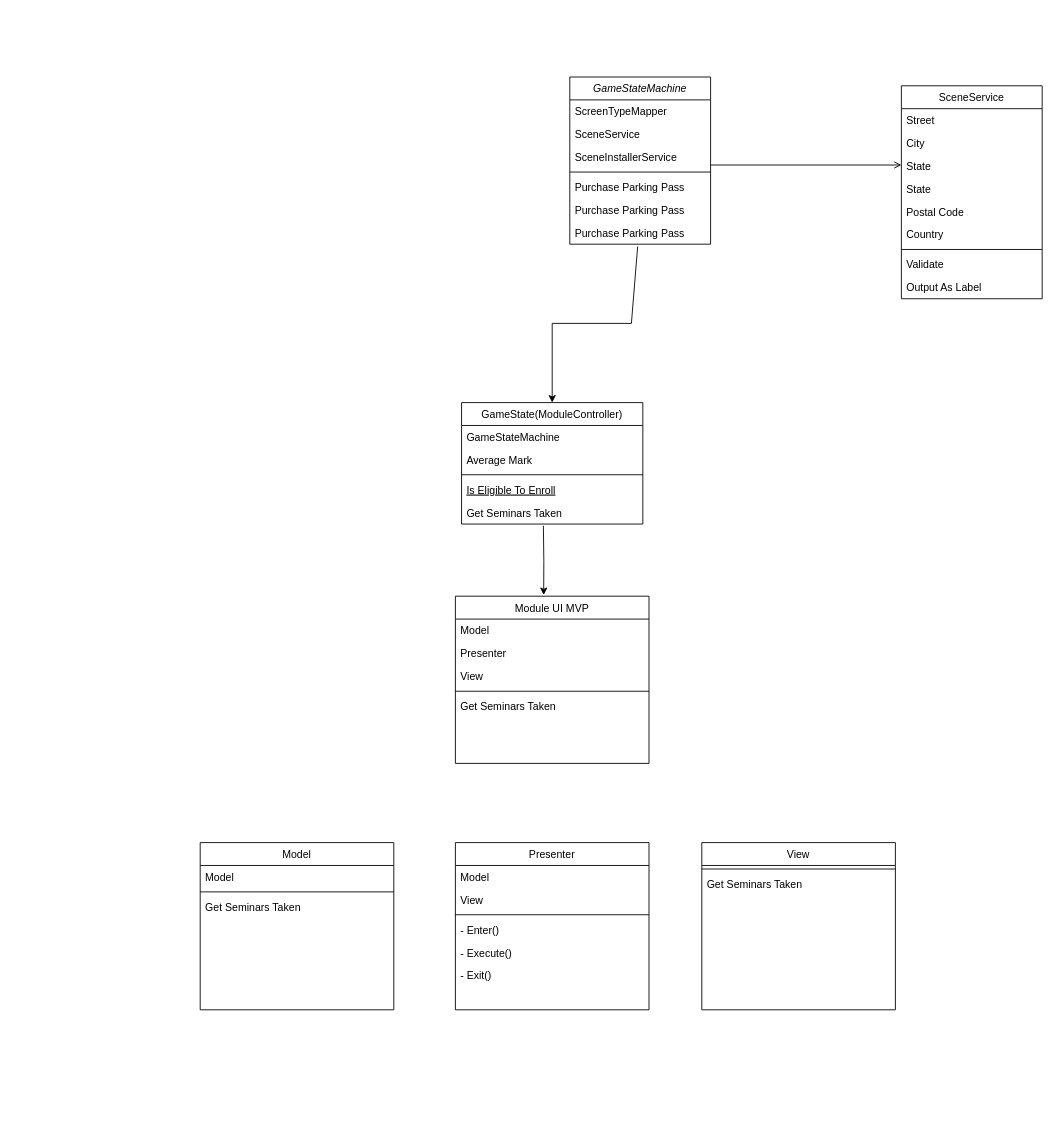
Above: ShrimpOlympus.drawio in Elderly-Oyster/ShrimpOlympus (draw.io), before the change. Source tidied: cells renumbered, new cells numbered last; positions are measured from the earlier drawing's top-left corner, leaving out a move shared by most shapes. Both pictures are drawn from the tidied source at 88%, with x=0, y=0 at pixel (200, 77).
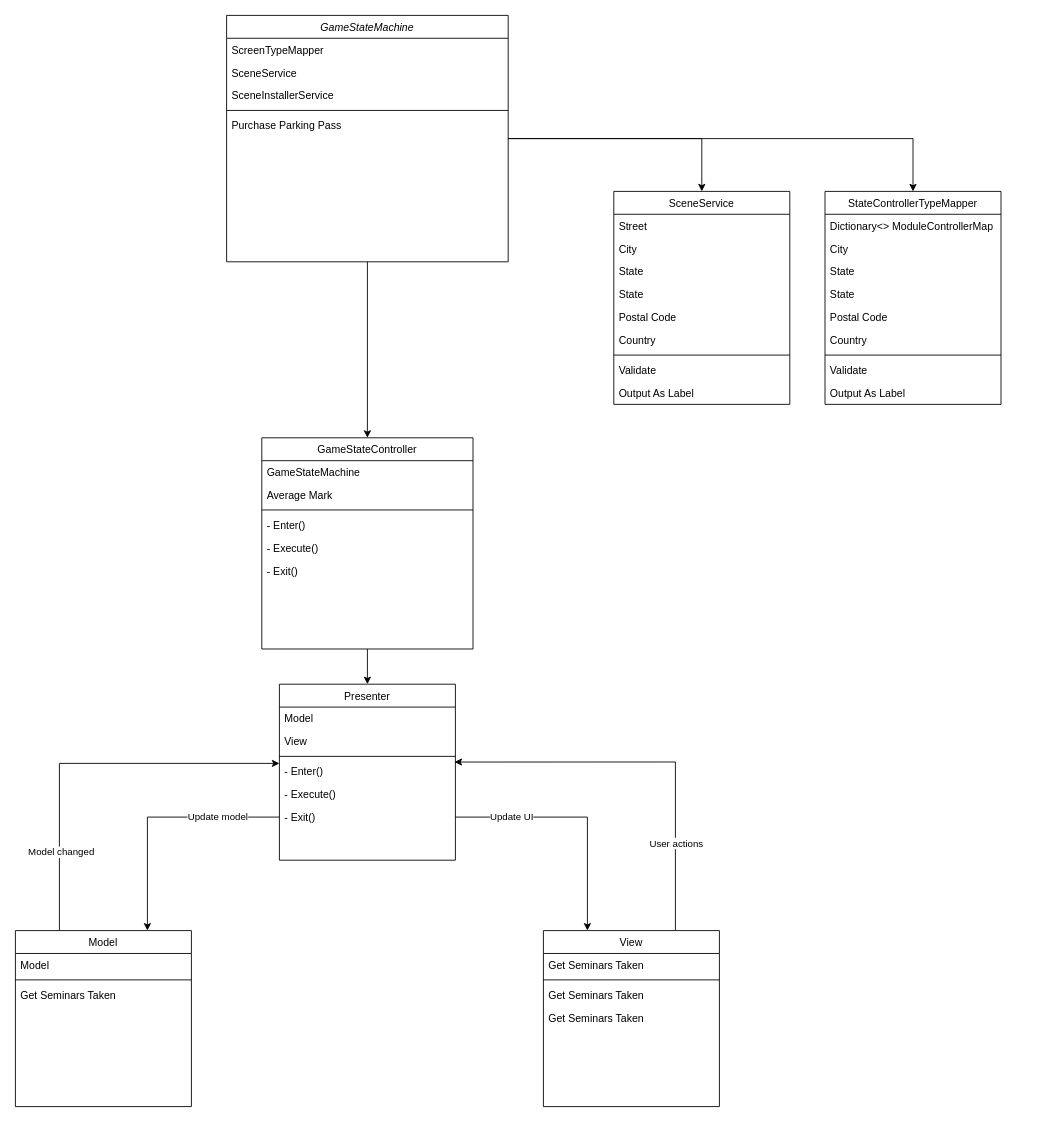
Above is the later version.

Diff of the diagram source:
```diff
@@
+    <mxCell id="27" style="edgeStyle=orthogonalEdgeStyle;rounded=0;jettySize=auto;html=1;entryX=0.5;entryY=0;entryDx=0;entryDy=0;" parent="1" edge="1" source="2" target="17">
+      <mxGeometry relative="1" as="geometry" />
+    </mxCell>
+    <mxCell id="50" style="edgeStyle=orthogonalEdgeStyle;rounded=0;jettySize=auto;html=1;entryX=0.5;entryY=0;entryDx=0;entryDy=0;" parent="1" edge="1" source="2" target="11">
+      <mxGeometry relative="1" as="geometry" />
+    </mxCell>
+    <mxCell id="51" style="edgeStyle=orthogonalEdgeStyle;rounded=0;jettySize=auto;html=1;entryX=0.5;entryY=0;entryDx=0;entryDy=0;" parent="1" edge="1" source="2" target="59">
+      <mxGeometry relative="1" as="geometry" />
+    </mxCell>
     <mxCell id="2" value="GameStateMachine&#10;" style="swimlane;fontStyle=2;align=center;verticalAlign=top;horizontal=1;startSize=26;rounded=0;shadow=0;strokeWidth=1;" parent="1" vertex="1">
-      <mxGeometry x="420" width="160" height="190" as="geometry" />
+      <mxGeometry x="30" y="-70" width="320" height="280" as="geometry" />
     </mxCell>
     <mxCell id="3" value="ScreenTypeMapper" style="text;align=left;verticalAlign=top;spacingLeft=4;spacingRight=4;overflow=hidden;rounded=0;shadow=0;html=0;" parent="2" vertex="1">
-      <mxGeometry y="26" width="160" height="26" as="geometry" />
+      <mxGeometry y="26" width="320" height="26" as="geometry" />
     </mxCell>
     <mxCell id="4" value="SceneService" style="text;align=left;verticalAlign=top;spacingLeft=4;spacingRight=4;overflow=hidden;rounded=0;shadow=0;html=0;" parent="2" vertex="1">
-      <mxGeometry y="52" width="160" height="26" as="geometry" />
+      <mxGeometry y="52" width="320" height="26" as="geometry" />
     </mxCell>
     <mxCell id="5" value="SceneInstallerService" style="text;align=left;verticalAlign=top;spacingLeft=4;spacingRight=4;overflow=hidden;" parent="2" vertex="1">
-      <mxGeometry y="78" width="160" height="26" as="geometry" />
+      <mxGeometry y="78" width="320" height="26" as="geometry" />
     </mxCell>
     <mxCell id="6" style="line;html=1;strokeWidth=1;align=left;verticalAlign=middle;spacingTop=-1;spacingLeft=3;spacingRight=3;labelPosition=right;" parent="2" vertex="1">
-      <mxGeometry y="104" width="160" height="8" as="geometry" />
+      <mxGeometry y="104" width="320" height="8" as="geometry" />
     </mxCell>
-    <mxCell id="7" value="Purchase Parking Pass" style="text;align=left;verticalAlign=top;spacingLeft=4;spacingRight=4;overflow=hidden;" parent="2" vertex="1">
-      <mxGeometry y="112" width="160" height="26" as="geometry" />
-    </mxCell>
-    <mxCell id="8" value="Purchase Parking Pass" style="text;align=left;verticalAlign=top;spacingLeft=4;spacingRight=4;overflow=hidden;" parent="2" vertex="1">
-      <mxGeometry y="138" width="160" height="26" as="geometry" />
-    </mxCell>
     <mxCell id="9" value="Purchase Parking Pass" style="text;align=left;verticalAlign=top;spacingLeft=4;spacingRight=4;overflow=hidden;points=[[0,0.5],[1,0.5]];portConstraint=eastwest;" parent="2" vertex="1">
-      <mxGeometry y="164" width="160" height="26" as="geometry" />
+      <mxGeometry y="112" width="320" height="26" as="geometry" />
     </mxCell>
-    <mxCell id="10" style="edgeStyle=orthogonalEdgeStyle;rounded=0;jettySize=auto;html=1;entryX=0.456;entryY=-0.007;entryDx=0;entryDy=0;entryPerimeter=0;" parent="1" edge="1" target="30">
-      <mxGeometry relative="1" as="geometry">
-        <mxPoint x="390" y="510" as="sourcePoint" />
-      </mxGeometry>
-    </mxCell>
+    <mxCell id="52" style="edgeStyle=orthogonalEdgeStyle;rounded=0;jettySize=auto;html=1;entryX=0.5;entryY=0;entryDx=0;entryDy=0;" parent="1" edge="1" source="11" target="36">
+      <mxGeometry relative="1" as="geometry" />
+    </mxCell>
-    <mxCell id="11" value="GameState(ModuleController)" style="swimlane;fontStyle=0;align=center;verticalAlign=top;horizontal=1;startSize=26;rounded=0;shadow=0;strokeWidth=1;" parent="1" vertex="1">
-      <mxGeometry x="297" y="370" width="206" height="138" as="geometry" />
+    <mxCell id="11" value="GameStateController" style="swimlane;fontStyle=0;align=center;verticalAlign=top;horizontal=1;startSize=26;rounded=0;shadow=0;strokeWidth=1;" parent="1" vertex="1">
+      <mxGeometry x="70" y="410" width="240" height="240" as="geometry" />
     </mxCell>
     <mxCell id="12" value="GameStateMachine&#10;" style="text;align=left;verticalAlign=top;spacingLeft=4;spacingRight=4;overflow=hidden;" parent="11" vertex="1">
-      <mxGeometry y="26" width="206" height="26" as="geometry" />
+      <mxGeometry y="26" width="240" height="26" as="geometry" />
     </mxCell>
     <mxCell id="13" value="Average Mark" style="text;align=left;verticalAlign=top;spacingLeft=4;spacingRight=4;overflow=hidden;rounded=0;shadow=0;html=0;" parent="11" vertex="1">
-      <mxGeometry y="52" width="206" height="26" as="geometry" />
+      <mxGeometry y="52" width="240" height="26" as="geometry" />
     </mxCell>
     <mxCell id="14" style="line;html=1;strokeWidth=1;align=left;verticalAlign=middle;spacingTop=-1;spacingLeft=3;spacingRight=3;labelPosition=right;" parent="11" vertex="1">
-      <mxGeometry y="78" width="206" height="8" as="geometry" />
+      <mxGeometry y="78" width="240" height="8" as="geometry" />
     </mxCell>
-    <mxCell id="15" value="Is Eligible To Enroll" style="text;align=left;verticalAlign=top;spacingLeft=4;spacingRight=4;overflow=hidden;fontStyle=4;" parent="11" vertex="1">
-      <mxGeometry y="86" width="206" height="26" as="geometry" />
-    </mxCell>
+    <mxCell id="53" value="- Enter()" style="text;align=left;verticalAlign=top;spacingLeft=4;spacingRight=4;overflow=hidden;" parent="11" vertex="1">
+      <mxGeometry y="86" width="240" height="26" as="geometry" />
+    </mxCell>
-    <mxCell id="16" value="Get Seminars Taken" style="text;align=left;verticalAlign=top;spacingLeft=4;spacingRight=4;overflow=hidden;" parent="11" vertex="1">
-      <mxGeometry y="112" width="206" height="26" as="geometry" />
+    <mxCell id="16" value="- Execute()" style="text;align=left;verticalAlign=top;spacingLeft=4;spacingRight=4;overflow=hidden;" parent="11" vertex="1">
+      <mxGeometry y="112" width="240" height="26" as="geometry" />
     </mxCell>
+    <mxCell id="54" value="- Exit()" style="text;align=left;verticalAlign=top;spacingLeft=4;spacingRight=4;overflow=hidden;" parent="11" vertex="1">
+      <mxGeometry y="138" width="240" height="26" as="geometry" />
+    </mxCell>
     <mxCell id="17" value="SceneService" style="swimlane;fontStyle=0;align=center;verticalAlign=top;horizontal=1;startSize=26;rounded=0;shadow=0;strokeWidth=1;" parent="1" vertex="1">
-      <mxGeometry x="796.8" y="10" width="160" height="242" as="geometry" />
+      <mxGeometry x="470" y="130" width="200" height="242" as="geometry" />
     </mxCell>
     <mxCell id="18" value="Street" style="text;align=left;verticalAlign=top;spacingLeft=4;spacingRight=4;overflow=hidden;" parent="17" vertex="1">
-      <mxGeometry y="26" width="160" height="26" as="geometry" />
+      <mxGeometry y="26" width="200" height="26" as="geometry" />
     </mxCell>
     <mxCell id="19" value="City" style="text;align=left;verticalAlign=top;spacingLeft=4;spacingRight=4;overflow=hidden;rounded=0;shadow=0;html=0;" parent="17" vertex="1">
-      <mxGeometry y="52" width="160" height="26" as="geometry" />
+      <mxGeometry y="52" width="200" height="26" as="geometry" />
     </mxCell>
     <mxCell id="20" value="State" style="text;align=left;verticalAlign=top;spacingLeft=4;spacingRight=4;overflow=hidden;rounded=0;shadow=0;html=0;" parent="17" vertex="1">
-      <mxGeometry y="78" width="160" height="26" as="geometry" />
+      <mxGeometry y="78" width="200" height="26" as="geometry" />
     </mxCell>
     <mxCell id="21" value="State" style="text;align=left;verticalAlign=top;spacingLeft=4;spacingRight=4;overflow=hidden;rounded=0;shadow=0;html=0;" parent="17" vertex="1">
-      <mxGeometry y="104" width="160" height="26" as="geometry" />
+      <mxGeometry y="104" width="200" height="26" as="geometry" />
     </mxCell>
     <mxCell id="22" value="Postal Code" style="text;align=left;verticalAlign=top;spacingLeft=4;spacingRight=4;overflow=hidden;rounded=0;shadow=0;html=0;" parent="17" vertex="1">
-      <mxGeometry y="130" width="160" height="26" as="geometry" />
+      <mxGeometry y="130" width="200" height="26" as="geometry" />
     </mxCell>
     <mxCell id="23" value="Country" style="text;align=left;verticalAlign=top;spacingLeft=4;spacingRight=4;overflow=hidden;rounded=0;shadow=0;html=0;" parent="17" vertex="1">
-      <mxGeometry y="156" width="160" height="26" as="geometry" />
+      <mxGeometry y="156" width="200" height="26" as="geometry" />
     </mxCell>
     <mxCell id="24" style="line;html=1;strokeWidth=1;align=left;verticalAlign=middle;spacingTop=-1;spacingLeft=3;spacingRight=3;labelPosition=right;" parent="17" vertex="1">
-      <mxGeometry y="182" width="160" height="8" as="geometry" />
+      <mxGeometry y="182" width="200" height="8" as="geometry" />
     </mxCell>
     <mxCell id="25" value="Validate" style="text;align=left;verticalAlign=top;spacingLeft=4;spacingRight=4;overflow=hidden;" parent="17" vertex="1">
-      <mxGeometry y="190" width="160" height="26" as="geometry" />
+      <mxGeometry y="190" width="200" height="26" as="geometry" />
     </mxCell>
     <mxCell id="26" value="Output As Label" style="text;align=left;verticalAlign=top;spacingLeft=4;spacingRight=4;overflow=hidden;" parent="17" vertex="1">
-      <mxGeometry y="216" width="160" height="26" as="geometry" />
+      <mxGeometry y="216" width="200" height="26" as="geometry" />
     </mxCell>
-    <mxCell id="27" style="endArrow=open;shadow=0;strokeWidth=1;rounded=0;curved=0;endFill=1;edgeStyle=elbowEdgeStyle;elbow=vertical;" parent="1" edge="1" source="2" target="17">
-      <mxGeometry x="0.5" y="41" relative="1" as="geometry">
-        <mxPoint x="-40" y="32" as="offset" />
-      </mxGeometry>
-    </mxCell>
-    <mxCell id="28" style="align=right;verticalAlign=bottom;labelBackgroundColor=none;fontSize=12;" parent="27" vertex="1">
-      <mxGeometry x="1" relative="1" as="geometry">
-        <mxPoint x="-7" y="4" as="offset" />
-      </mxGeometry>
-    </mxCell>
-    <mxCell id="29" style="endArrow=classic;html=1;rounded=0;exitX=0.482;exitY=1.102;exitDx=0;exitDy=0;exitPerimeter=0;entryX=0.5;entryY=0;entryDx=0;entryDy=0;" parent="1" edge="1" source="9" target="11">
-      <mxGeometry relative="1" as="geometry">
-        <Array as="points">
-          <mxPoint x="490" y="280" />
-          <mxPoint x="400" y="280" />
-        </Array>
-      </mxGeometry>
-    </mxCell>
-    <mxCell id="30" value="Module UI MVP" style="swimlane;fontStyle=0;align=center;verticalAlign=top;horizontal=1;startSize=26;rounded=0;shadow=0;strokeWidth=1;" parent="1" vertex="1">
-      <mxGeometry x="290" y="590" width="220" height="190" as="geometry" />
-    </mxCell>
-    <mxCell id="31" value="Model" style="text;align=left;verticalAlign=top;spacingLeft=4;spacingRight=4;overflow=hidden;" parent="30" vertex="1">
-      <mxGeometry y="26" width="220" height="26" as="geometry" />
-    </mxCell>
-    <mxCell id="32" value="Presenter&#10;" style="text;align=left;verticalAlign=top;spacingLeft=4;spacingRight=4;overflow=hidden;rounded=0;shadow=0;html=0;" parent="30" vertex="1">
-      <mxGeometry y="52" width="220" height="26" as="geometry" />
-    </mxCell>
-    <mxCell id="33" value="View" style="text;align=left;verticalAlign=top;spacingLeft=4;spacingRight=4;overflow=hidden;rounded=0;shadow=0;html=0;" parent="30" vertex="1">
-      <mxGeometry y="78" width="220" height="26" as="geometry" />
-    </mxCell>
-    <mxCell id="34" style="line;html=1;strokeWidth=1;align=left;verticalAlign=middle;spacingTop=-1;spacingLeft=3;spacingRight=3;labelPosition=right;" parent="30" vertex="1">
-      <mxGeometry y="104" width="220" height="8" as="geometry" />
-    </mxCell>
-    <mxCell id="35" value="Get Seminars Taken" style="text;align=left;verticalAlign=top;spacingLeft=4;spacingRight=4;overflow=hidden;" parent="30" vertex="1">
-      <mxGeometry y="112" width="220" height="26" as="geometry" />
-    </mxCell>
     <mxCell id="36" value="Presenter" style="swimlane;fontStyle=0;align=center;verticalAlign=top;horizontal=1;startSize=26;rounded=0;shadow=0;strokeWidth=1;" parent="1" vertex="1">
-      <mxGeometry x="290" y="870" width="220" height="190" as="geometry" />
+      <mxGeometry x="90" y="690" width="200" height="200" as="geometry" />
     </mxCell>
     <mxCell id="37" value="Model" style="text;align=left;verticalAlign=top;spacingLeft=4;spacingRight=4;overflow=hidden;" parent="36" vertex="1">
-      <mxGeometry y="26" width="220" height="26" as="geometry" />
+      <mxGeometry y="26" width="200" height="26" as="geometry" />
     </mxCell>
     <mxCell id="38" value="View" style="text;align=left;verticalAlign=top;spacingLeft=4;spacingRight=4;overflow=hidden;rounded=0;shadow=0;html=0;" parent="36" vertex="1">
-      <mxGeometry y="52" width="220" height="26" as="geometry" />
+      <mxGeometry y="52" width="200" height="26" as="geometry" />
     </mxCell>
     <mxCell id="39" style="line;html=1;strokeWidth=1;align=left;verticalAlign=middle;spacingTop=-1;spacingLeft=3;spacingRight=3;labelPosition=right;" parent="36" vertex="1">
-      <mxGeometry y="78" width="220" height="8" as="geometry" />
+      <mxGeometry y="78" width="200" height="8" as="geometry" />
     </mxCell>
     <mxCell id="40" value="- Enter()" style="text;align=left;verticalAlign=top;spacingLeft=4;spacingRight=4;overflow=hidden;points=[[0,0.5],[1,0.5]];portConstraint=eastwest;" parent="36" vertex="1">
-      <mxGeometry y="86" width="220" height="26" as="geometry" />
+      <mxGeometry y="86" width="200" height="26" as="geometry" />
     </mxCell>
     <mxCell id="41" value="- Execute()" style="text;align=left;verticalAlign=top;spacingLeft=4;spacingRight=4;overflow=hidden;" parent="36" vertex="1">
-      <mxGeometry y="112" width="220" height="26" as="geometry" />
+      <mxGeometry y="112" width="200" height="26" as="geometry" />
     </mxCell>
     <mxCell id="42" value="- Exit()" style="text;align=left;verticalAlign=top;spacingLeft=4;spacingRight=4;overflow=hidden;points=[[0,0.5],[1,0.5]];portConstraint=eastwest;" parent="36" vertex="1">
-      <mxGeometry y="138" width="220" height="26" as="geometry" />
+      <mxGeometry y="138" width="200" height="26" as="geometry" />
     </mxCell>
+    <mxCell id="55" style="edgeStyle=orthogonalEdgeStyle;rounded=0;jettySize=auto;html=1;exitX=0.75;exitY=0;exitDx=0;exitDy=0;entryX=0.995;entryY=0.094;entryDx=0;entryDy=0;entryPerimeter=0;" parent="1" edge="1" source="43" target="40">
+      <mxGeometry relative="1" as="geometry" />
+    </mxCell>
+    <mxCell id="56" value="User actions" style="edgeLabel;html=1;align=center;verticalAlign=middle;" parent="55" vertex="1">
+      <mxGeometry x="-0.55" relative="1" as="geometry" />
+    </mxCell>
     <mxCell id="43" value="View" style="swimlane;fontStyle=0;align=center;verticalAlign=top;horizontal=1;startSize=26;rounded=0;shadow=0;strokeWidth=1;" parent="1" vertex="1">
-      <mxGeometry x="570" y="870" width="220" height="190" as="geometry" />
+      <mxGeometry x="390" y="970" width="200" height="200" as="geometry" />
     </mxCell>
+    <mxCell id="45" value="Get Seminars Taken" style="text;align=left;verticalAlign=top;spacingLeft=4;spacingRight=4;overflow=hidden;" parent="43" vertex="1">
+      <mxGeometry y="26" width="200" height="26" as="geometry" />
+    </mxCell>
     <mxCell id="44" style="line;html=1;strokeWidth=1;align=left;verticalAlign=middle;spacingTop=-1;spacingLeft=3;spacingRight=3;labelPosition=right;" parent="43" vertex="1">
-      <mxGeometry y="26" width="220" height="8" as="geometry" />
+      <mxGeometry y="52" width="200" height="8" as="geometry" />
     </mxCell>
-    <mxCell id="45" value="Get Seminars Taken" style="text;align=left;verticalAlign=top;spacingLeft=4;spacingRight=4;overflow=hidden;" parent="43" vertex="1">
-      <mxGeometry y="34" width="220" height="26" as="geometry" />
-    </mxCell>
+    <mxCell id="57" value="Get Seminars Taken" style="text;align=left;verticalAlign=top;spacingLeft=4;spacingRight=4;overflow=hidden;" parent="43" vertex="1">
+      <mxGeometry y="60" width="200" height="26" as="geometry" />
+    </mxCell>
+    <mxCell id="58" value="Get Seminars Taken" style="text;align=left;verticalAlign=top;spacingLeft=4;spacingRight=4;overflow=hidden;" parent="43" vertex="1">
+      <mxGeometry y="86" width="200" height="26" as="geometry" />
+    </mxCell>
     <mxCell id="46" value="Model" style="swimlane;fontStyle=0;align=center;verticalAlign=top;horizontal=1;startSize=26;rounded=0;shadow=0;strokeWidth=1;" parent="1" vertex="1">
-      <mxGeometry y="870" width="220" height="190" as="geometry" />
+      <mxGeometry x="-210" y="970" width="200" height="200" as="geometry" />
     </mxCell>
     <mxCell id="47" value="Model" style="text;align=left;verticalAlign=top;spacingLeft=4;spacingRight=4;overflow=hidden;" parent="46" vertex="1">
-      <mxGeometry y="26" width="220" height="26" as="geometry" />
+      <mxGeometry y="26" width="200" height="26" as="geometry" />
     </mxCell>
     <mxCell id="48" style="line;html=1;strokeWidth=1;align=left;verticalAlign=middle;spacingTop=-1;spacingLeft=3;spacingRight=3;labelPosition=right;" parent="46" vertex="1">
-      <mxGeometry y="52" width="220" height="8" as="geometry" />
+      <mxGeometry y="52" width="200" height="8" as="geometry" />
     </mxCell>
     <mxCell id="49" value="Get Seminars Taken" style="text;align=left;verticalAlign=top;spacingLeft=4;spacingRight=4;overflow=hidden;" parent="46" vertex="1">
-      <mxGeometry y="60" width="220" height="26" as="geometry" />
+      <mxGeometry y="60" width="200" height="26" as="geometry" />
     </mxCell>
+    <mxCell id="59" value="StateControllerTypeMapper" style="swimlane;fontStyle=0;align=center;verticalAlign=top;horizontal=1;startSize=26;rounded=0;shadow=0;strokeWidth=1;" parent="1" vertex="1">
+      <mxGeometry x="710" y="130" width="200" height="242" as="geometry" />
+    </mxCell>
+    <mxCell id="60" value="Dictionary&lt;&gt; ModuleControllerMap" style="text;align=left;verticalAlign=top;spacingLeft=4;spacingRight=4;overflow=hidden;" parent="59" vertex="1">
+      <mxGeometry y="26" width="200" height="26" as="geometry" />
+    </mxCell>
+    <mxCell id="61" value="City" style="text;align=left;verticalAlign=top;spacingLeft=4;spacingRight=4;overflow=hidden;rounded=0;shadow=0;html=0;" parent="59" vertex="1">
+      <mxGeometry y="52" width="200" height="26" as="geometry" />
+    </mxCell>
+    <mxCell id="62" value="State" style="text;align=left;verticalAlign=top;spacingLeft=4;spacingRight=4;overflow=hidden;rounded=0;shadow=0;html=0;" parent="59" vertex="1">
+      <mxGeometry y="78" width="200" height="26" as="geometry" />
+    </mxCell>
+    <mxCell id="63" value="State" style="text;align=left;verticalAlign=top;spacingLeft=4;spacingRight=4;overflow=hidden;rounded=0;shadow=0;html=0;" parent="59" vertex="1">
+      <mxGeometry y="104" width="200" height="26" as="geometry" />
+    </mxCell>
+    <mxCell id="64" value="Postal Code" style="text;align=left;verticalAlign=top;spacingLeft=4;spacingRight=4;overflow=hidden;rounded=0;shadow=0;html=0;" parent="59" vertex="1">
+      <mxGeometry y="130" width="200" height="26" as="geometry" />
+    </mxCell>
+    <mxCell id="65" value="Country" style="text;align=left;verticalAlign=top;spacingLeft=4;spacingRight=4;overflow=hidden;rounded=0;shadow=0;html=0;" parent="59" vertex="1">
+      <mxGeometry y="156" width="200" height="26" as="geometry" />
+    </mxCell>
+    <mxCell id="66" style="line;html=1;strokeWidth=1;align=left;verticalAlign=middle;spacingTop=-1;spacingLeft=3;spacingRight=3;labelPosition=right;" parent="59" vertex="1">
+      <mxGeometry y="182" width="200" height="8" as="geometry" />
+    </mxCell>
+    <mxCell id="67" value="Validate" style="text;align=left;verticalAlign=top;spacingLeft=4;spacingRight=4;overflow=hidden;" parent="59" vertex="1">
+      <mxGeometry y="190" width="200" height="26" as="geometry" />
+    </mxCell>
+    <mxCell id="68" value="Output As Label" style="text;align=left;verticalAlign=top;spacingLeft=4;spacingRight=4;overflow=hidden;" parent="59" vertex="1">
+      <mxGeometry y="216" width="200" height="26" as="geometry" />
+    </mxCell>
+    <mxCell id="69" style="edgeStyle=orthogonalEdgeStyle;rounded=0;jettySize=auto;html=1;exitX=0.25;exitY=0;exitDx=0;exitDy=0;entryX=0;entryY=0.154;entryDx=0;entryDy=0;entryPerimeter=0;" parent="1" edge="1" source="46" target="40">
+      <mxGeometry relative="1" as="geometry" />
+    </mxCell>
+    <mxCell id="70" value="Model changed" style="edgeLabel;html=1;align=center;verticalAlign=middle;" parent="69" vertex="1">
+      <mxGeometry x="-0.59" y="-1" relative="1" as="geometry" />
+    </mxCell>
+    <mxCell id="71" style="edgeStyle=orthogonalEdgeStyle;rounded=0;jettySize=auto;html=1;exitX=0;exitY=0.5;exitDx=0;exitDy=0;entryX=0.75;entryY=0;entryDx=0;entryDy=0;" parent="1" edge="1" source="42" target="46">
+      <mxGeometry relative="1" as="geometry" />
+    </mxCell>
+    <mxCell id="72" value="Update model" style="edgeLabel;html=1;align=center;verticalAlign=middle;" parent="71" vertex="1">
+      <mxGeometry x="-0.49" y="-1" relative="1" as="geometry" />
+    </mxCell>
+    <mxCell id="73" style="edgeStyle=orthogonalEdgeStyle;rounded=0;jettySize=auto;html=1;exitX=1;exitY=0.5;exitDx=0;exitDy=0;entryX=0.25;entryY=0;entryDx=0;entryDy=0;" parent="1" edge="1" source="42" target="43">
+      <mxGeometry relative="1" as="geometry" />
+    </mxCell>
+    <mxCell id="74" value="Update UI" style="edgeLabel;html=1;align=center;verticalAlign=middle;" parent="73" vertex="1">
+      <mxGeometry x="-0.55" y="1" relative="1" as="geometry" />
+    </mxCell>
```
